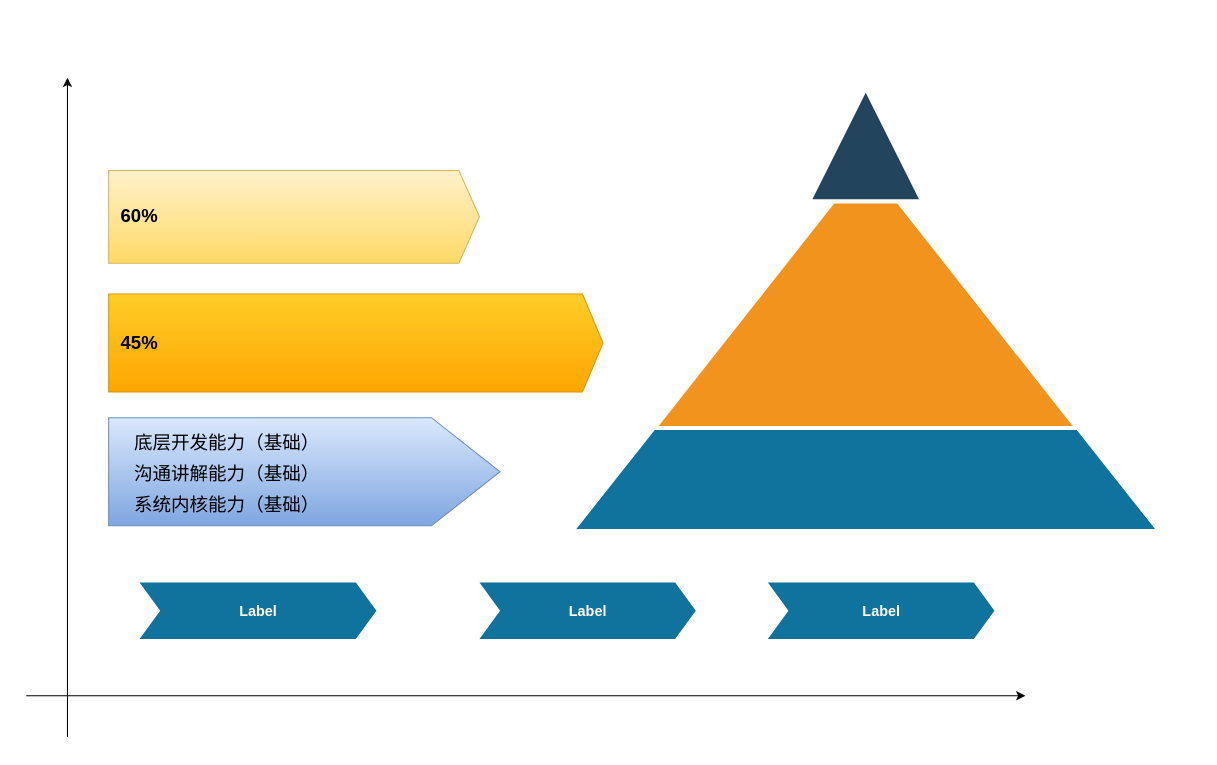
peng-fan/drawio keeps this draw.io diagram as page "第 8 页" (8 of 8) of draw/ppt.drawio. Above is the earlier version. Source tidied: cells renumbered, new cells numbered last; positions are measured from the earlier drawing's top-left corner, leaving out a move shared by most shapes. Both pictures are drawn from the tidied source at 103%, with x=0, y=0 at pixel (26, 77).
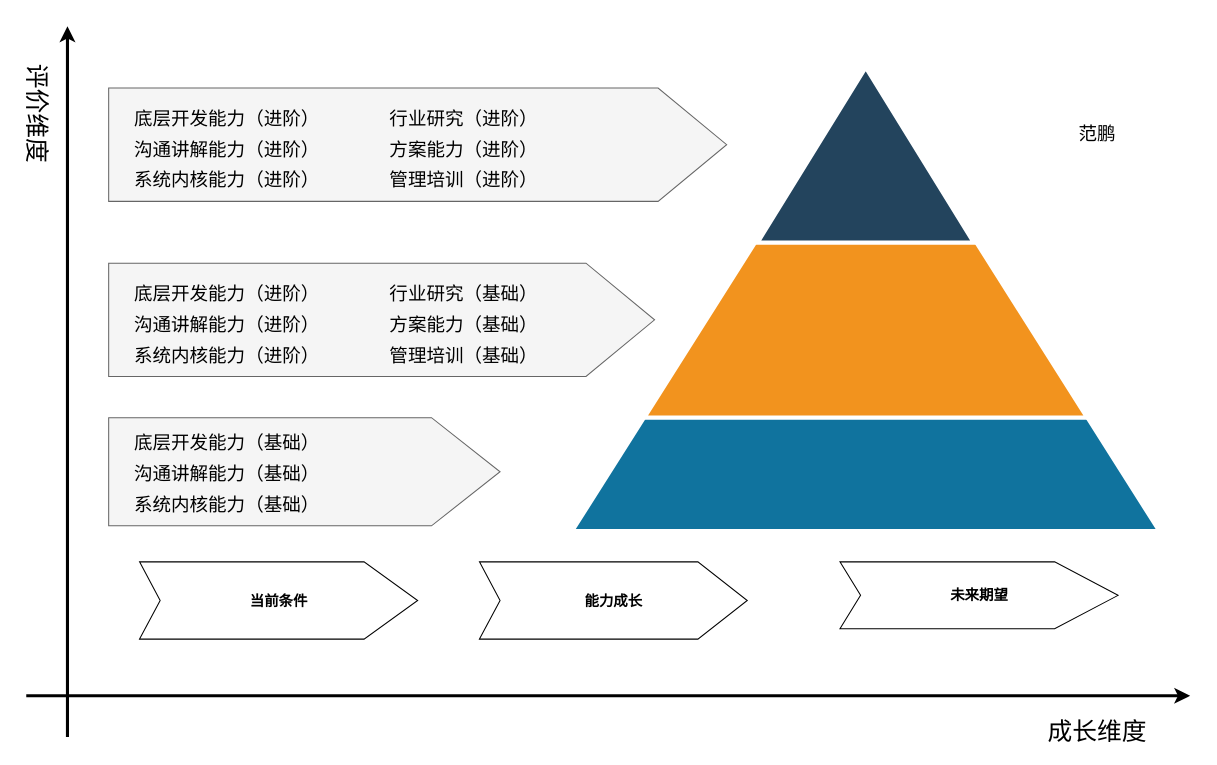
The same diagram, later.

What changed in the source:
```diff
@@
     <mxCell id="2" style="triangle;direction=north;strokeWidth=4;html=1;fillColor=#10739E;strokeColor=#ffffff;shadow=0;fontSize=10;fontColor=#FFFFFF;align=center;fontStyle=0;whiteSpace=wrap;spacing=10;" parent="1" vertex="1">
-      <mxGeometry x="530" y="80" width="570" height="360" as="geometry" />
+      <mxGeometry x="530" y="-10" width="570" height="450" as="geometry" />
     </mxCell>
     <mxCell id="3" style="triangle;direction=north;strokeWidth=4;html=1;fillColor=#F2931E;strokeColor=#ffffff;shadow=0;fontSize=10;fontColor=#FFFFFF;align=center;fontStyle=0;whiteSpace=wrap;spacing=10;" parent="1" vertex="1">
-      <mxGeometry x="610" y="80" width="410" height="260" as="geometry" />
+      <mxGeometry x="600" y="-10" width="430" height="340" as="geometry" />
     </mxCell>
     <mxCell id="4" style="triangle;direction=north;strokeWidth=4;html=1;fillColor=#23445D;strokeColor=#ffffff;shadow=0;fontSize=10;fontColor=#FFFFFF;align=center;fontStyle=0;whiteSpace=wrap;spacing=10;" parent="1" vertex="1">
-      <mxGeometry x="760" y="10" width="110" height="110" as="geometry" />
+      <mxGeometry x="710" y="-10" width="210" height="170" as="geometry" />
     </mxCell>
-    <mxCell id="5" style="html=1;shape=mxgraph.infographic.ribbonSimple;notch1=0;notch2=66.57;fillColor=#dae8fc;strokeColor=#6c8ebf;align=left;verticalAlign=middle;fontSize=18;spacingLeft=10;fontStyle=1;shadow=0;gradientColor=#7ea6e0;" parent="1" vertex="1">
+    <mxCell id="5" style="html=1;shape=mxgraph.infographic.ribbonSimple;notch1=0;notch2=66.57;fillColor=#f5f5f5;strokeColor=#666666;align=left;verticalAlign=middle;fontSize=18;spacingLeft=10;fontStyle=1;shadow=0;fontColor=#333333;" parent="1" vertex="1">
       <mxGeometry x="80" y="330" width="380" height="105" as="geometry" />
     </mxCell>
-    <mxCell id="6" value="45%" style="html=1;shape=mxgraph.infographic.ribbonSimple;notch1=0;notch2=20;fillColor=#ffcd28;strokeColor=#d79b00;align=left;verticalAlign=middle;fontSize=18;spacingLeft=10;fontStyle=1;shadow=0;gradientColor=#ffa500;" parent="1" vertex="1">
-      <mxGeometry x="80" y="210" width="480" height="95" as="geometry" />
-    </mxCell>
-    <mxCell id="7" value="60%" style="html=1;shape=mxgraph.infographic.ribbonSimple;notch1=0;notch2=20;fillColor=#fff2cc;strokeColor=#d6b656;align=left;verticalAlign=middle;fontSize=18;spacingLeft=10;fontStyle=1;shadow=0;gradientColor=#ffd966;" parent="1" vertex="1">
-      <mxGeometry x="80" y="90" width="360" height="90" as="geometry" />
-    </mxCell>
-    <mxCell id="8" value="Label" style="html=1;shape=mxgraph.infographic.ribbonSimple;notch1=20;notch2=20;fillColor=#10739E;strokeColor=none;align=center;verticalAlign=middle;fontColor=#ffffff;fontSize=14;fontStyle=1;" parent="1" vertex="1">
-      <mxGeometry x="110" y="490" width="230" height="55" as="geometry" />
+    <mxCell id="8" value="当前条件" style="html=1;shape=mxgraph.infographic.ribbonSimple;notch1=20;notch2=52.06;align=center;verticalAlign=middle;fontSize=14;fontStyle=1;" parent="1" vertex="1">
+      <mxGeometry x="110" y="470" width="270" height="75" as="geometry" />
     </mxCell>
-    <mxCell id="9" value="Label" style="html=1;shape=mxgraph.infographic.ribbonSimple;notch1=20;notch2=20;fillColor=#10739E;strokeColor=none;align=center;verticalAlign=middle;fontColor=#ffffff;fontSize=14;fontStyle=1;" parent="1" vertex="1">
-      <mxGeometry x="440" y="490" width="210" height="55" as="geometry" />
+    <mxCell id="9" value="能力成长" style="html=1;shape=mxgraph.infographic.ribbonSimple;notch1=20;notch2=47.94;align=center;verticalAlign=middle;fontSize=14;fontStyle=1;" parent="1" vertex="1">
+      <mxGeometry x="440" y="470" width="260" height="75" as="geometry" />
     </mxCell>
-    <mxCell id="10" value="Label" style="html=1;shape=mxgraph.infographic.ribbonSimple;notch1=20;notch2=20;fillColor=#10739E;strokeColor=none;align=center;verticalAlign=middle;fontColor=#ffffff;fontSize=14;fontStyle=1;" parent="1" vertex="1">
-      <mxGeometry x="720" y="490" width="220" height="55" as="geometry" />
+    <mxCell id="10" value="未来期望" style="html=1;shape=mxgraph.infographic.ribbonSimple;notch1=20;notch2=61.57;align=center;verticalAlign=middle;fontSize=14;fontStyle=1;" parent="1" vertex="1">
+      <mxGeometry x="790" y="470" width="270" height="65" as="geometry" />
     </mxCell>
-    <mxCell id="11" style="endArrow=classic;html=1;rounded=0;" parent="1" edge="1">
+    <mxCell id="11" style="endArrow=classic;html=1;rounded=0;strokeWidth=3;" parent="1" edge="1">
       <mxGeometry relative="1" as="geometry">
         <mxPoint x="40" y="640" as="sourcePoint" />
-        <mxPoint x="40" as="targetPoint" />
+        <mxPoint x="40" y="-50" as="targetPoint" />
       </mxGeometry>
     </mxCell>
-    <mxCell id="12" style="endArrow=classic;html=1;rounded=0;" parent="1" edge="1">
+    <mxCell id="12" style="endArrow=classic;html=1;rounded=0;strokeWidth=3;" parent="1" edge="1">
       <mxGeometry relative="1" as="geometry">
         <mxPoint y="600" as="sourcePoint" />
-        <mxPoint x="970" y="600" as="targetPoint" />
+        <mxPoint x="1130" y="600" as="targetPoint" />
       </mxGeometry>
     </mxCell>
@@
+    <mxCell id="16" style="html=1;shape=mxgraph.infographic.ribbonSimple;notch1=0;notch2=66.57;fillColor=#f5f5f5;strokeColor=#666666;align=left;verticalAlign=middle;fontSize=18;spacingLeft=10;fontStyle=1;shadow=0;fontColor=#333333;" parent="1" vertex="1">
+      <mxGeometry x="80" y="180" width="530" height="110" as="geometry" />
+    </mxCell>
+    <mxCell id="17" value="&lt;font style=&quot;font-size: 18px;&quot;&gt;底层开发能力（进阶）&lt;/font&gt;" style="text;html=1;strokeColor=none;fillColor=none;align=center;verticalAlign=middle;whiteSpace=wrap;rounded=0;" parent="1" vertex="1">
+      <mxGeometry x="80" y="195" width="230" height="30" as="geometry" />
+    </mxCell>
+    <mxCell id="18" value="&lt;font style=&quot;font-size: 18px;&quot;&gt;沟通讲解能力（进阶）&lt;/font&gt;" style="text;html=1;strokeColor=none;fillColor=none;align=center;verticalAlign=middle;whiteSpace=wrap;rounded=0;" parent="1" vertex="1">
+      <mxGeometry x="80" y="225" width="230" height="30" as="geometry" />
+    </mxCell>
+    <mxCell id="19" value="&lt;font style=&quot;font-size: 18px;&quot;&gt;系统内核能力（进阶）&lt;/font&gt;" style="text;html=1;strokeColor=none;fillColor=none;align=center;verticalAlign=middle;whiteSpace=wrap;rounded=0;" parent="1" vertex="1">
+      <mxGeometry x="80" y="255" width="230" height="30" as="geometry" />
+    </mxCell>
+    <mxCell id="20" value="&lt;font style=&quot;font-size: 18px;&quot;&gt;行业研究（基础）&lt;/font&gt;" style="text;html=1;strokeColor=none;fillColor=none;align=center;verticalAlign=middle;whiteSpace=wrap;rounded=0;" parent="1" vertex="1">
+      <mxGeometry x="310" y="195" width="230" height="30" as="geometry" />
+    </mxCell>
+    <mxCell id="21" value="&lt;font style=&quot;font-size: 18px;&quot;&gt;方案能力（基础）&lt;/font&gt;" style="text;html=1;strokeColor=none;fillColor=none;align=center;verticalAlign=middle;whiteSpace=wrap;rounded=0;" parent="1" vertex="1">
+      <mxGeometry x="310" y="225" width="230" height="30" as="geometry" />
+    </mxCell>
+    <mxCell id="22" value="&lt;font style=&quot;font-size: 18px;&quot;&gt;管理培训（基础）&lt;/font&gt;" style="text;html=1;strokeColor=none;fillColor=none;align=center;verticalAlign=middle;whiteSpace=wrap;rounded=0;" parent="1" vertex="1">
+      <mxGeometry x="310" y="255" width="230" height="30" as="geometry" />
+    </mxCell>
+    <mxCell id="23" style="html=1;shape=mxgraph.infographic.ribbonSimple;notch1=0;notch2=66.57;fillColor=#f5f5f5;strokeColor=#666666;align=left;verticalAlign=middle;fontSize=18;spacingLeft=10;fontStyle=1;shadow=0;fontColor=#333333;" parent="1" vertex="1">
+      <mxGeometry x="80" y="10" width="600" height="110" as="geometry" />
+    </mxCell>
+    <mxCell id="24" value="&lt;font style=&quot;font-size: 18px;&quot;&gt;底层开发能力（进阶）&lt;/font&gt;" style="text;html=1;strokeColor=none;fillColor=none;align=center;verticalAlign=middle;whiteSpace=wrap;rounded=0;" parent="1" vertex="1">
+      <mxGeometry x="80" y="25" width="230" height="30" as="geometry" />
+    </mxCell>
+    <mxCell id="25" value="&lt;font style=&quot;font-size: 18px;&quot;&gt;沟通讲解能力（进阶）&lt;/font&gt;" style="text;html=1;strokeColor=none;fillColor=none;align=center;verticalAlign=middle;whiteSpace=wrap;rounded=0;" parent="1" vertex="1">
+      <mxGeometry x="80" y="55" width="230" height="30" as="geometry" />
+    </mxCell>
+    <mxCell id="26" value="&lt;font style=&quot;font-size: 18px;&quot;&gt;系统内核能力（进阶）&lt;/font&gt;" style="text;html=1;strokeColor=none;fillColor=none;align=center;verticalAlign=middle;whiteSpace=wrap;rounded=0;" parent="1" vertex="1">
+      <mxGeometry x="80" y="85" width="230" height="30" as="geometry" />
+    </mxCell>
+    <mxCell id="27" value="&lt;font style=&quot;font-size: 18px;&quot;&gt;行业研究（进阶）&lt;/font&gt;" style="text;html=1;strokeColor=none;fillColor=none;align=center;verticalAlign=middle;whiteSpace=wrap;rounded=0;" parent="1" vertex="1">
+      <mxGeometry x="310" y="25" width="230" height="30" as="geometry" />
+    </mxCell>
+    <mxCell id="28" value="&lt;font style=&quot;font-size: 18px;&quot;&gt;方案能力（进阶）&lt;/font&gt;" style="text;html=1;strokeColor=none;fillColor=none;align=center;verticalAlign=middle;whiteSpace=wrap;rounded=0;" parent="1" vertex="1">
+      <mxGeometry x="310" y="55" width="230" height="30" as="geometry" />
+    </mxCell>
+    <mxCell id="29" value="&lt;font style=&quot;font-size: 18px;&quot;&gt;管理培训（进阶）&lt;/font&gt;" style="text;html=1;strokeColor=none;fillColor=none;align=center;verticalAlign=middle;whiteSpace=wrap;rounded=0;" parent="1" vertex="1">
+      <mxGeometry x="310" y="85" width="230" height="30" as="geometry" />
+    </mxCell>
+    <mxCell id="30" value="&lt;font style=&quot;font-size: 24px;&quot;&gt;评价维度&lt;/font&gt;" style="text;html=1;strokeColor=none;fillColor=none;align=center;verticalAlign=middle;whiteSpace=wrap;rounded=0;fontSize=18;rotation=90;" parent="1" vertex="1">
+      <mxGeometry x="-40" y="20" width="100" height="30" as="geometry" />
+    </mxCell>
+    <mxCell id="31" value="&lt;font style=&quot;font-size: 24px;&quot;&gt;成长维度&lt;/font&gt;" style="text;html=1;strokeColor=none;fillColor=none;align=center;verticalAlign=middle;whiteSpace=wrap;rounded=0;fontSize=18;rotation=0;" parent="1" vertex="1">
+      <mxGeometry x="990" y="620" width="100" height="30" as="geometry" />
+    </mxCell>
+    <mxCell id="32" value="&lt;font style=&quot;font-size: 18px;&quot;&gt;范鹏&lt;/font&gt;" style="text;html=1;strokeColor=none;fillColor=none;align=center;verticalAlign=middle;whiteSpace=wrap;rounded=0;" parent="1" vertex="1">
+      <mxGeometry x="1005" y="40" width="70" height="30" as="geometry" />
+    </mxCell>
```
